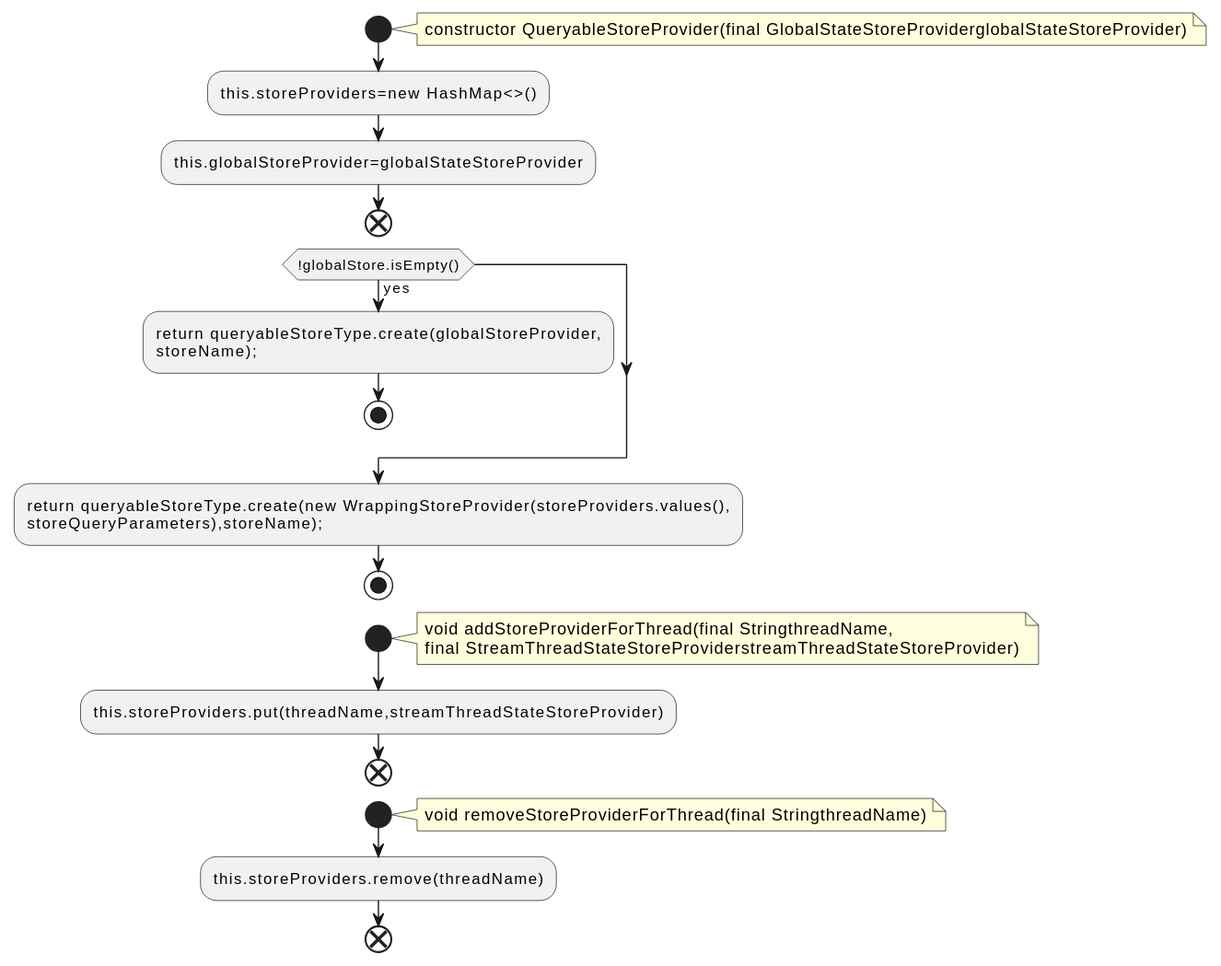
Above: docs/qc/streams/src/main/java/org/apache/kafka/streams/state/internals/QueryableStoreProvider.java.fct.svg in qualitesys/kafka (PlantUML), before the change.
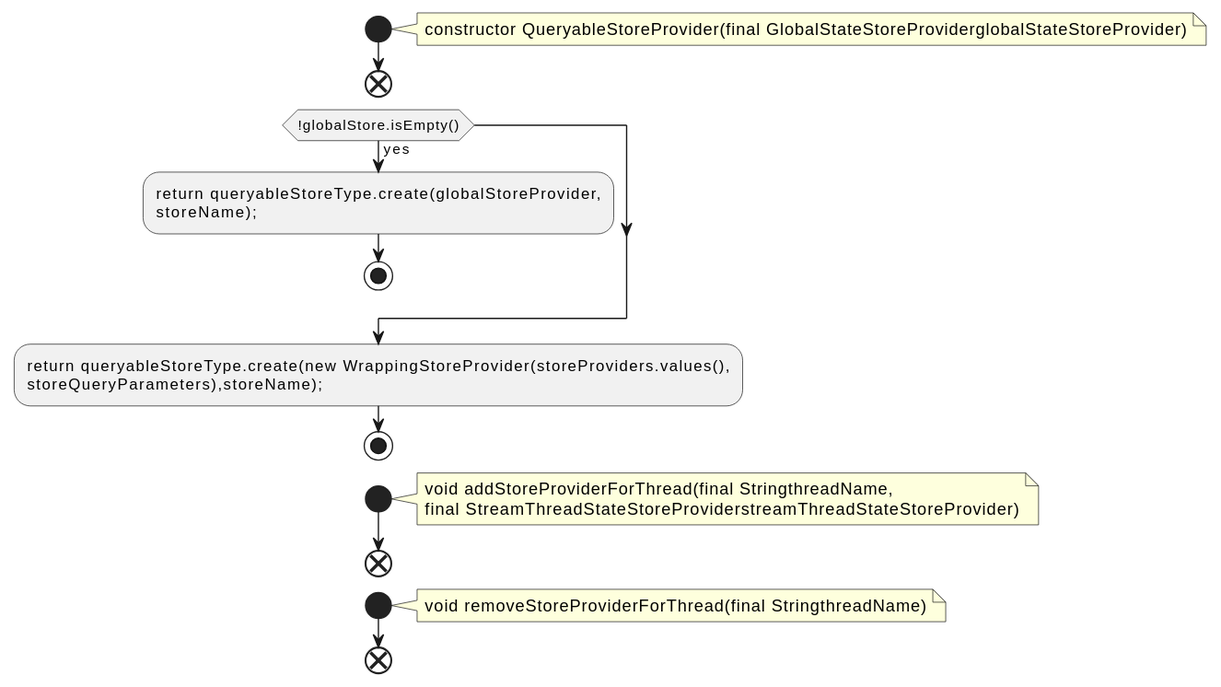
Later version of the same file.

Change to the diagram source:
```diff
@@ -4,8 +4,6 @@
 note right
 constructor QueryableStoreProvider(final GlobalStateStoreProviderglobalStateStoreProvider)
 end note
-:this.storeProviders=new HashMap<>();
-:this.globalStoreProvider=globalStateStoreProvider;
 end
 if (!globalStore.isEmpty()) then (yes)
 :return queryableStoreType.create(globalStoreProvider,
@@ -20,12 +18,10 @@
 void addStoreProviderForThread(final StringthreadName,
 final StreamThreadStateStoreProviderstreamThreadStateStoreProvider)
 end note
-:this.storeProviders.put(threadName,streamThreadStateStoreProvider);
 end
 start
 note right
 void removeStoreProviderForThread(final StringthreadName)
 end note
-:this.storeProviders.remove(threadName);
 end
 @enduml
```
